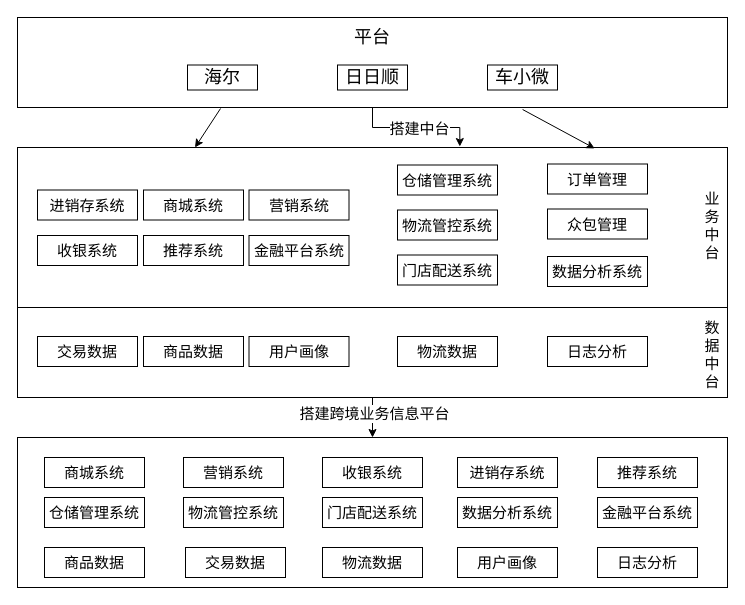
allhaily/hello-world keeps this draw.io diagram as page "Page-2" (2 of 2) of basic.drawio. Above is the earlier version. Source tidied: cells renumbered, new cells numbered last; positions are measured from the earlier drawing's top-left corner, leaving out a move shared by most shapes. Both pictures are drawn from the tidied source at 100%, with x=0, y=0 at pixel (17, 17).
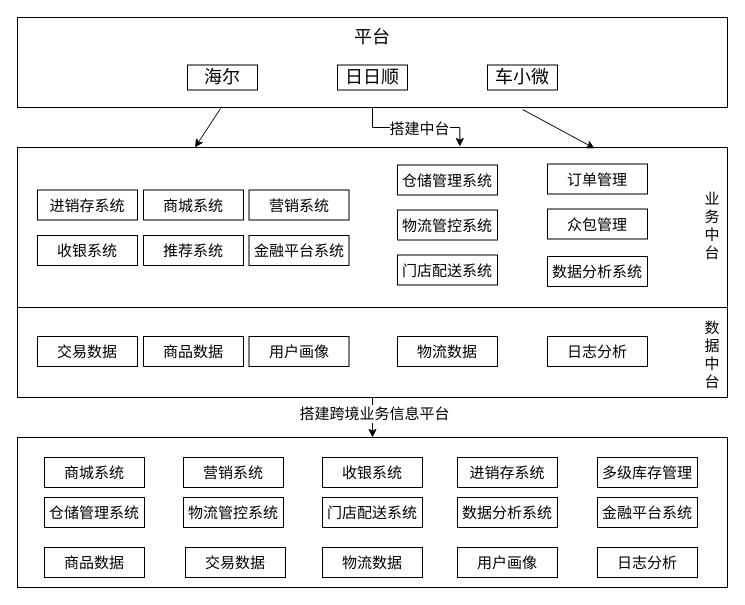
Above is the later version.

Diff of the diagram source:
```diff
@@
-    <mxCell id="42" value="推荐系统" style="rounded=0;whiteSpace=wrap;html=1;fontSize=15;" parent="1" vertex="1">
+    <mxCell id="42" value="多级库存管理" style="rounded=0;whiteSpace=wrap;html=1;fontSize=15;" parent="1" vertex="1">
       <mxGeometry x="580" y="440" width="100" height="30" as="geometry" />
     </mxCell>
```
